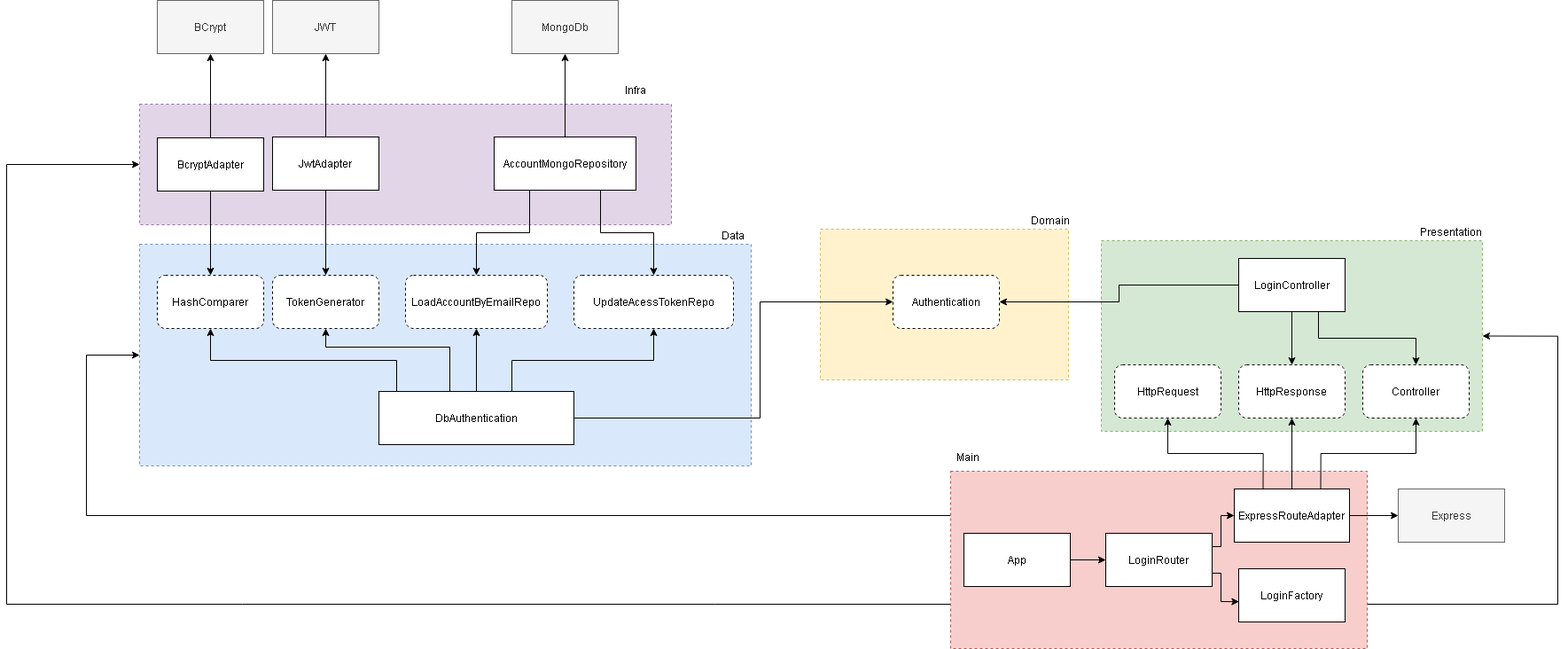
Before: diagrams/Login.png, a diagram exported from draw.io (Lpfigueiredo/caixa-virtual-api). Source tidied: cells renumbered, new cells last; positions are measured from the earlier drawing's top-left corner, leaving out a move shared by most shapes.
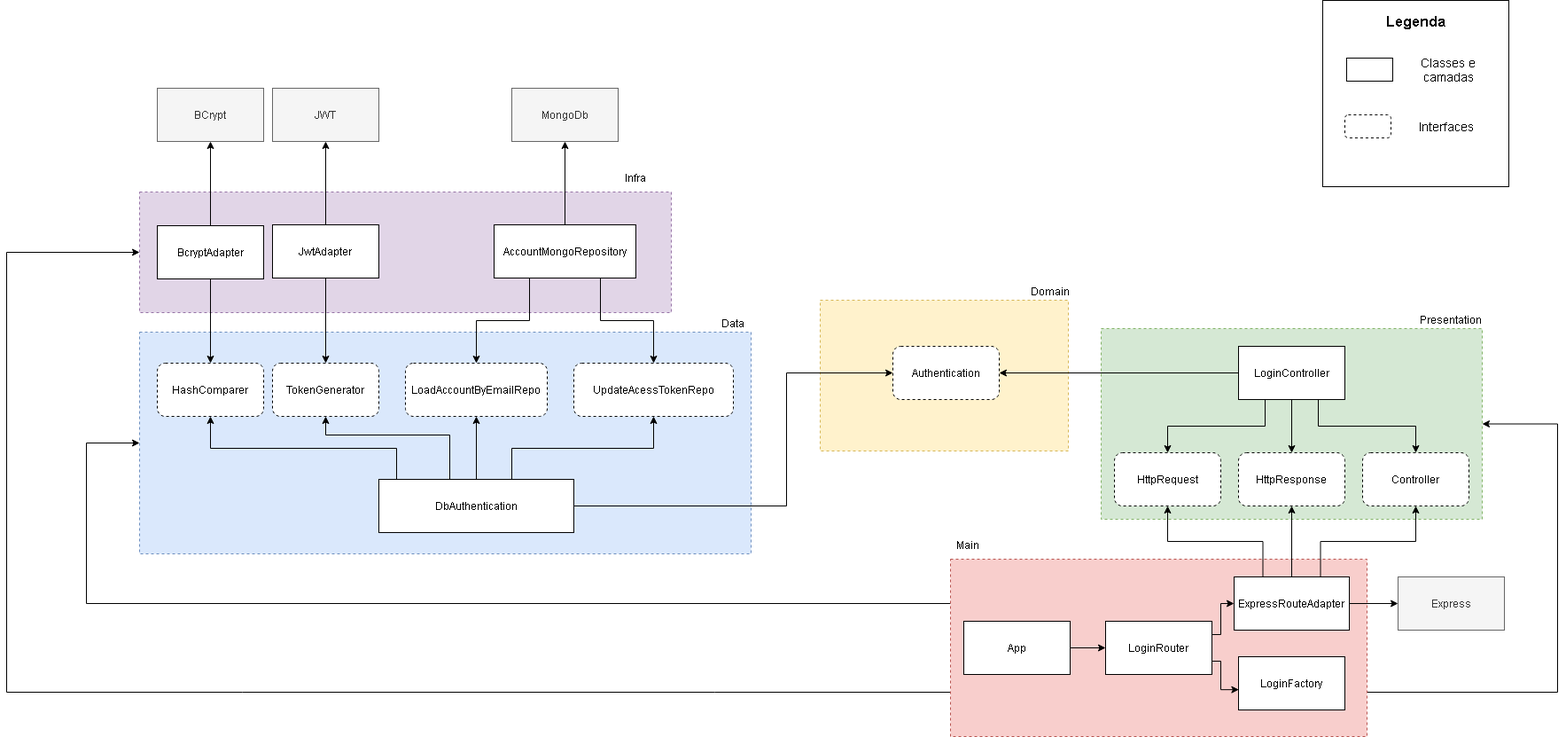
After the change.

The edit, as a diff of the source:
```diff
@@ -9,7 +9,7 @@
       <mxGeometry x="150" y="275" width="690" height="250" as="geometry" />
     </mxCell>
     <mxCell id="4" style="rounded=0;whiteSpace=wrap;html=1;dashed=1;fillColor=#fff2cc;strokeColor=#d6b656;" parent="1" vertex="1">
-      <mxGeometry x="918" y="258" width="280" height="170" as="geometry" />
+      <mxGeometry x="918" y="239" width="280" height="170" as="geometry" />
     </mxCell>
     <mxCell id="5" style="rounded=0;whiteSpace=wrap;html=1;dashed=1;fillColor=#d5e8d4;strokeColor=#82b366;" parent="1" vertex="1">
       <mxGeometry x="1235" y="271" width="430" height="215" as="geometry" />
@@ -105,17 +105,20 @@
     <mxCell id="27" style="edgeStyle=orthogonalEdgeStyle;rounded=0;jettySize=auto;html=1;exitX=0;exitY=0.5;exitDx=0;exitDy=0;entryX=1;entryY=0.5;entryDx=0;entryDy=0;" parent="1" edge="1" source="28" target="29">
       <mxGeometry relative="1" as="geometry" />
     </mxCell>
+    <mxCell id="58" style="edgeStyle=orthogonalEdgeStyle;rounded=0;jettySize=auto;html=1;exitX=0.25;exitY=1;exitDx=0;exitDy=0;entryX=0.5;entryY=0;entryDx=0;entryDy=0;" parent="1" edge="1" source="28" target="22">
+      <mxGeometry relative="1" as="geometry" />
+    </mxCell>
     <mxCell id="28" value="LoginController" style="rounded=0;whiteSpace=wrap;html=1;" parent="1" vertex="1">
       <mxGeometry x="1390" y="291" width="120" height="60" as="geometry" />
     </mxCell>
     <mxCell id="29" value="Authentication" style="rounded=1;whiteSpace=wrap;html=1;dashed=1;" parent="1" vertex="1">
-      <mxGeometry x="1000" y="310" width="120" height="60" as="geometry" />
+      <mxGeometry x="1000" y="291" width="120" height="60" as="geometry" />
     </mxCell>
     <mxCell id="30" style="edgeStyle=orthogonalEdgeStyle;rounded=0;jettySize=auto;html=1;exitX=1;exitY=0.5;exitDx=0;exitDy=0;entryX=0;entryY=0.5;entryDx=0;entryDy=0;" parent="1" edge="1" source="35" target="29">
       <mxGeometry relative="1" as="geometry">
         <Array as="points">
-          <mxPoint x="850" y="471" />
-          <mxPoint x="850" y="340" />
+          <mxPoint x="880" y="471" />
+          <mxPoint x="880" y="321" />
         </Array>
       </mxGeometry>
     </mxCell>
@@ -210,7 +213,7 @@
       <mxGeometry x="1610" y="251" width="40" height="20" as="geometry" />
     </mxCell>
     <mxCell id="55" value="Domain" style="text;html=1;strokeColor=none;fillColor=none;align=center;verticalAlign=middle;whiteSpace=wrap;rounded=0;dashed=1;" parent="1" vertex="1">
-      <mxGeometry x="1158" y="238" width="40" height="20" as="geometry" />
+      <mxGeometry x="1158" y="219" width="40" height="20" as="geometry" />
     </mxCell>
     <mxCell id="56" value="Data" style="text;html=1;strokeColor=none;fillColor=none;align=center;verticalAlign=middle;whiteSpace=wrap;rounded=0;dashed=1;" parent="1" vertex="1">
       <mxGeometry x="800" y="255" width="40" height="20" as="geometry" />
@@ -218,5 +221,23 @@
     <mxCell id="57" value="Infra" style="text;html=1;strokeColor=none;fillColor=none;align=center;verticalAlign=middle;whiteSpace=wrap;rounded=0;dashed=1;" parent="1" vertex="1">
       <mxGeometry x="690" y="91" width="40" height="20" as="geometry" />
     </mxCell>
+    <mxCell id="59" style="whiteSpace=wrap;html=1;" parent="1" vertex="1">
+      <mxGeometry x="1485" y="-99" width="210" height="210" as="geometry" />
+    </mxCell>
+    <mxCell id="60" style="rounded=0;whiteSpace=wrap;html=1;" parent="1" vertex="1">
+      <mxGeometry x="1512" y="-34" width="52" height="26" as="geometry" />
+    </mxCell>
+    <mxCell id="61" value="&lt;font style=&quot;font-size: 16px&quot;&gt;&lt;b&gt;Legenda&lt;/b&gt;&lt;/font&gt;" style="text;html=1;strokeColor=none;fillColor=none;align=center;verticalAlign=middle;whiteSpace=wrap;rounded=0;" parent="1" vertex="1">
+      <mxGeometry x="1570" y="-85" width="40" height="20" as="geometry" />
+    </mxCell>
+    <mxCell id="62" value="&lt;font style=&quot;font-size: 14px&quot;&gt;Classes e camadas&lt;/font&gt;" style="text;html=1;strokeColor=none;fillColor=none;align=center;verticalAlign=middle;whiteSpace=wrap;rounded=0;" parent="1" vertex="1">
+      <mxGeometry x="1582" y="-31" width="90" height="20" as="geometry" />
+    </mxCell>
+    <mxCell id="63" style="rounded=1;whiteSpace=wrap;html=1;dashed=1;" parent="1" vertex="1">
+      <mxGeometry x="1510" y="30" width="52" height="26" as="geometry" />
+    </mxCell>
+    <mxCell id="64" value="&lt;font style=&quot;font-size: 14px&quot;&gt;Interfaces&lt;/font&gt;" style="text;html=1;strokeColor=none;fillColor=none;align=center;verticalAlign=middle;whiteSpace=wrap;rounded=0;" parent="1" vertex="1">
+      <mxGeometry x="1580" y="33" width="90" height="20" as="geometry" />
+    </mxCell>
   </root>
 </mxGraphModel>
```
